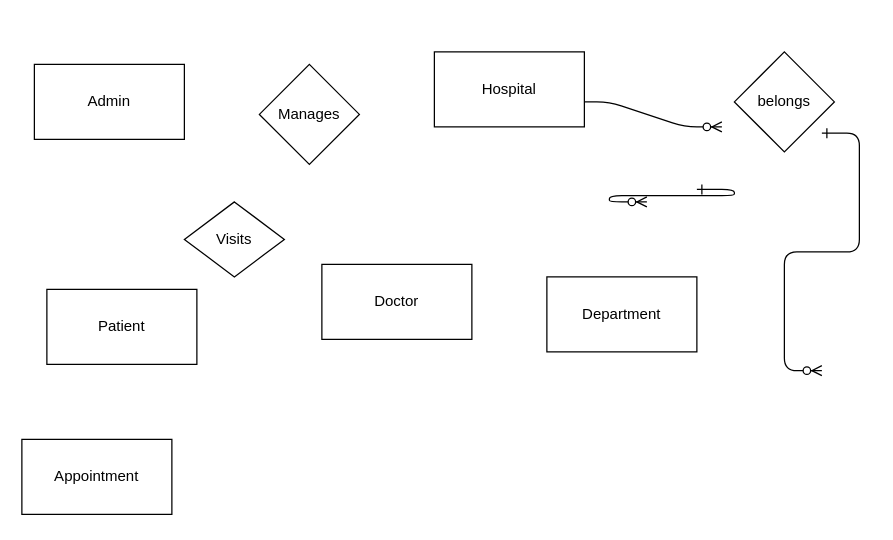
Earlier version of the draw.io diagram Untitled Diagram.drawio (sumangopalani/firstrepo). Source tidied: cells renumbered, new cells numbered last; positions are measured from the earlier drawing's top-left corner, leaving out a move shared by most shapes. Both pictures are drawn from the tidied source at 125%, with x=0, y=0 at pixel (21, 51).
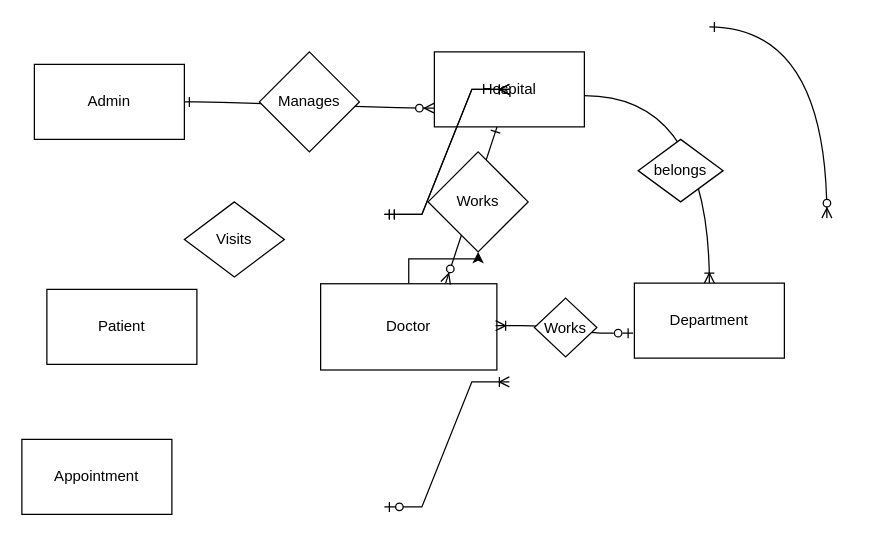
The same page after the edit.

The change refers to these unchanged cells:
```xml
<mxCell id="11" value="Hospital" style="rounded=0;whiteSpace=wrap;html=1;" parent="1" vertex="1">
  <mxGeometry x="330" width="120" height="60" as="geometry" />
</mxCell>
```

Diff of the diagram source:
```diff
@@
-    <mxCell id="2" style="edgeStyle=entityRelationEdgeStyle;endArrow=ERzeroToMany;startArrow=ERone;endFill=1;startFill=0;" parent="1" edge="1">
-      <mxGeometry relative="1" as="geometry">
-        <mxPoint x="540" y="110" as="sourcePoint" />
-        <mxPoint x="500" y="120" as="targetPoint" />
-      </mxGeometry>
-    </mxCell>
-    <mxCell id="3" style="edgeStyle=entityRelationEdgeStyle;endArrow=ERzeroToMany;startArrow=ERone;endFill=1;startFill=0;" parent="1" edge="1">
-      <mxGeometry relative="1" as="geometry">
-        <mxPoint x="640" y="65" as="sourcePoint" />
-        <mxPoint x="640" y="255" as="targetPoint" />
-      </mxGeometry>
-    </mxCell>
+    <mxCell id="14" style="edgeStyle=orthogonalEdgeStyle;fontSize=12;html=1;endArrow=ERoneToMany;rounded=0;exitX=1;exitY=0.583;exitDx=0;exitDy=0;exitPerimeter=0;curved=1;" parent="1" edge="1" source="11" target="5">
+      <mxGeometry relative="1" as="geometry" />
+    </mxCell>
+    <mxCell id="15" style="endArrow=ERzeroToMany;startArrow=ERone;endFill=1;startFill=0;endSize=6;segment=20;targetPerimeterSpacing=20;anchorPointDirection=0;edgeStyle=orthogonalEdgeStyle;elbow=vertical;exitX=1.008;exitY=0.467;exitDx=0;exitDy=0;exitPerimeter=0;entryX=0.458;entryY=-0.067;entryDx=0;entryDy=0;entryPerimeter=0;curved=1;" parent="1" edge="1">
+      <mxGeometry relative="1" as="geometry">
+        <mxPoint x="550" y="-20" as="sourcePoint" />
+        <mxPoint x="644" y="133" as="targetPoint" />
+      </mxGeometry>
+    </mxCell>
+    <mxCell id="16" style="edgeStyle=entityRelationEdgeStyle;endArrow=ERzeroToMany;startArrow=ERone;endFill=1;startFill=0;endSize=6;segment=20;entryX=0;entryY=0.75;entryDx=0;entryDy=0;" parent="1" edge="1" target="11">
+      <mxGeometry relative="1" as="geometry">
+        <mxPoint x="130" y="40" as="sourcePoint" />
+        <Array as="points">
+          <mxPoint x="240" y="20" />
+        </Array>
+      </mxGeometry>
+    </mxCell>
@@
     <mxCell id="5" value="Department" style="rounded=0;whiteSpace=wrap;html=1;" parent="1" vertex="1">
-      <mxGeometry x="420" y="180" width="120" height="60" as="geometry" />
+      <mxGeometry x="490" y="185" width="120" height="60" as="geometry" />
     </mxCell>
     <mxCell id="6" value="Manages" style="rhombus;whiteSpace=wrap;html=1;" parent="1" vertex="1">
-      <mxGeometry x="190" y="10" width="80" height="80" as="geometry" />
+      <mxGeometry x="190" width="80" height="80" as="geometry" />
     </mxCell>
@@
+    <mxCell id="17" style="edgeStyle=orthogonalEdgeStyle;rounded=0;jettySize=auto;html=1;" parent="1" edge="1" source="8" target="19">
+      <mxGeometry relative="1" as="geometry" />
+    </mxCell>
     <mxCell id="8" value="Doctor" style="rounded=0;whiteSpace=wrap;html=1;" parent="1" vertex="1">
-      <mxGeometry x="240" y="170" width="120" height="60" as="geometry" />
+      <mxGeometry x="239" y="185.5" width="141" height="69" as="geometry" />
     </mxCell>
@@
-    <mxCell id="10" style="edgeStyle=entityRelationEdgeStyle;endArrow=ERzeroToMany;startArrow=ERone;endFill=1;startFill=0;" parent="1" edge="1">
+    <mxCell id="10" style="edgeStyle=entityRelationEdgeStyle;endArrow=ERzeroToOne;startArrow=ERoneToMany;endFill=0;startFill=0;" parent="1" edge="1">
       <mxGeometry relative="1" as="geometry">
-        <mxPoint x="440" y="40" as="sourcePoint" />
-        <mxPoint x="560" y="60" as="targetPoint" />
+        <mxPoint x="379" y="219" as="sourcePoint" />
+        <mxPoint x="489" y="225" as="targetPoint" />
       </mxGeometry>
     </mxCell>
@@
     <mxCell id="12" value="belongs" style="rhombus;whiteSpace=wrap;html=1;" parent="1" vertex="1">
-      <mxGeometry x="570" width="80" height="80" as="geometry" />
+      <mxGeometry x="493" y="70" width="68" height="50" as="geometry" />
     </mxCell>
@@
+    <mxCell id="18" style="endArrow=ERzeroToMany;startArrow=ERone;endFill=1;startFill=0;endSize=6;segment=20;targetPerimeterSpacing=20;anchorPointDirection=0;" parent="1" edge="1" source="11">
+      <mxGeometry relative="1" as="geometry">
+        <mxPoint x="339" y="185" as="targetPoint" />
+      </mxGeometry>
+    </mxCell>
+    <mxCell id="19" value="Works" style="rhombus;whiteSpace=wrap;html=1;" parent="1" vertex="1">
+      <mxGeometry x="325" y="80" width="80" height="80" as="geometry" />
+    </mxCell>
+    <mxCell id="20" value="Works" style="rhombus;whiteSpace=wrap;html=1;" parent="1" vertex="1">
+      <mxGeometry x="410" y="197" width="50" height="47" as="geometry" />
+    </mxCell>
+    <mxCell id="21" style="edgeStyle=entityRelationEdgeStyle;fontSize=12;html=1;endArrow=ERoneToMany;startArrow=ERmandOne;rounded=0;" parent="1" edge="1">
+      <mxGeometry relative="1" as="geometry">
+        <mxPoint x="290" y="130" as="sourcePoint" />
+        <mxPoint x="390" y="30" as="targetPoint" />
+      </mxGeometry>
+    </mxCell>
+    <mxCell id="22" style="edgeStyle=entityRelationEdgeStyle;fontSize=12;html=1;endArrow=ERoneToMany;startArrow=ERmandOne;rounded=0;" parent="1" edge="1">
+      <mxGeometry relative="1" as="geometry">
+        <mxPoint x="290" y="130" as="sourcePoint" />
+        <mxPoint x="390" y="30" as="targetPoint" />
+      </mxGeometry>
+    </mxCell>
+    <mxCell id="23" style="edgeStyle=entityRelationEdgeStyle;fontSize=12;html=1;endArrow=ERoneToMany;startArrow=ERzeroToOne;rounded=0;" parent="1" edge="1">
+      <mxGeometry relative="1" as="geometry">
+        <mxPoint x="290" y="364" as="sourcePoint" />
+        <mxPoint x="390" y="264" as="targetPoint" />
+      </mxGeometry>
+    </mxCell>
```
